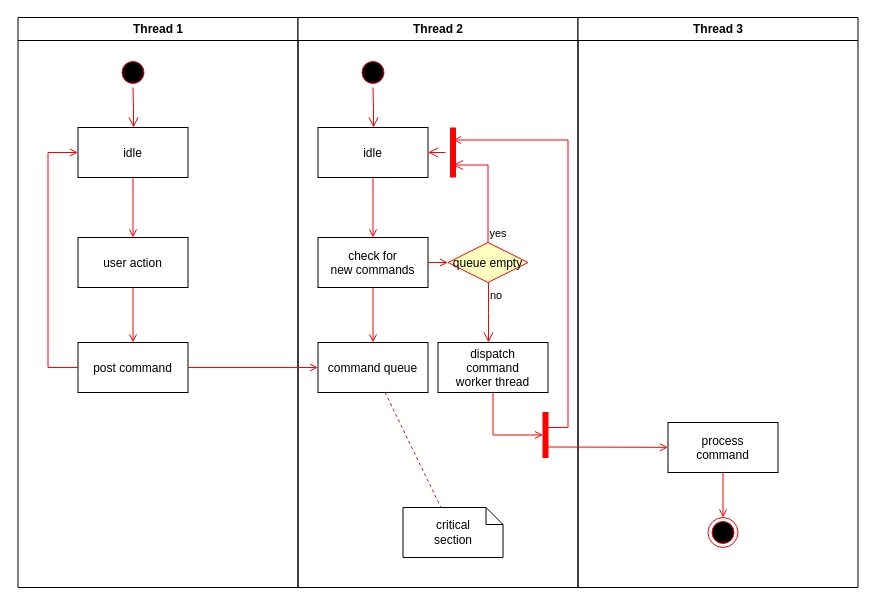
This is Untitled Diagram.drawio from NathanZhang1104/Test, a draw.io file, before an edit. Source tidied: cells renumbered, new cells numbered last; positions are measured from the earlier drawing's top-left corner, leaving out a move shared by most shapes. Both pictures are drawn from the tidied source at 100%, with x=0, y=0 at pixel (17, 17).
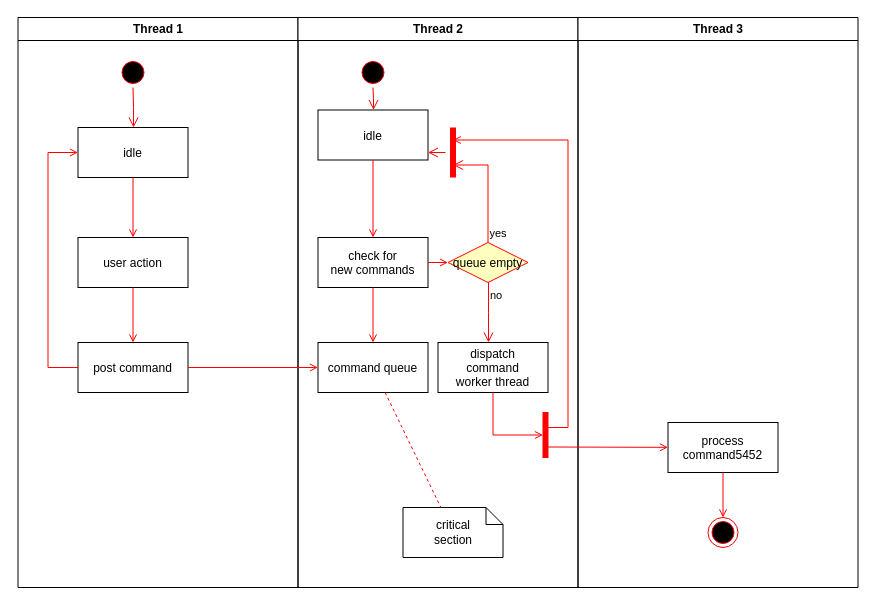
The same page after the edit.

The change refers to these unchanged cells:
```xml
<mxCell id="11" value="Thread 2" style="swimlane;whiteSpace=wrap;" parent="1" vertex="1">
  <mxGeometry x="280.5" width="280" height="570" as="geometry" />
</mxCell>
<mxCell id="30" value="Thread 3" style="swimlane;whiteSpace=wrap;" parent="1" vertex="1">
  <mxGeometry x="560.5" width="280" height="570" as="geometry" />
</mxCell>
```

Diff of the diagram source:
```diff
@@
     <mxCell id="14" value="idle" parent="11" vertex="1">
-      <mxGeometry x="20" y="110" width="110" height="50" as="geometry" />
+      <mxGeometry x="20" y="92.5" width="110" height="50" as="geometry" />
     </mxCell>
@@
-    <mxCell id="31" value="process&#10;command" parent="30" vertex="1">
+    <mxCell id="31" value="process&#10;command5452" parent="30" vertex="1">
       <mxGeometry x="90" y="405" width="110" height="50" as="geometry" />
     </mxCell>
```
